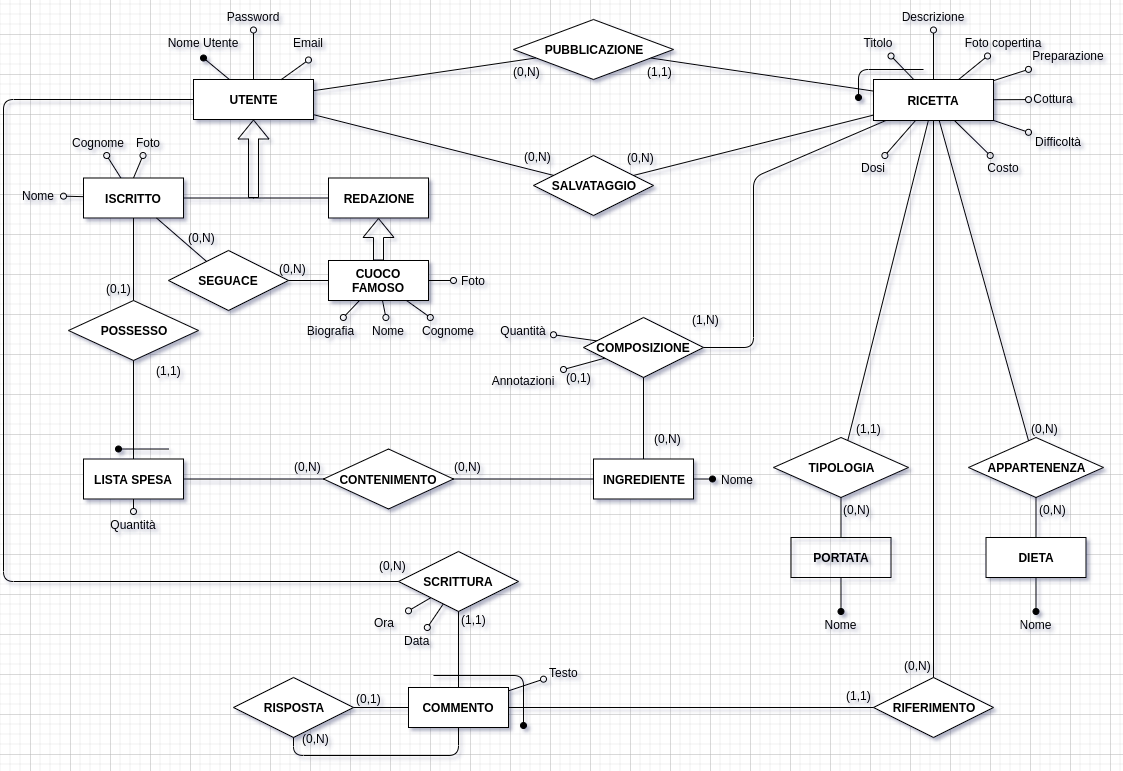
This is progetto/er1.png from m0canu1/database, a draw.io export, as it was before one commit. Source tidied: cells renumbered, new cells last; positions are measured from the earlier drawing's top-left corner, leaving out a move shared by most shapes.
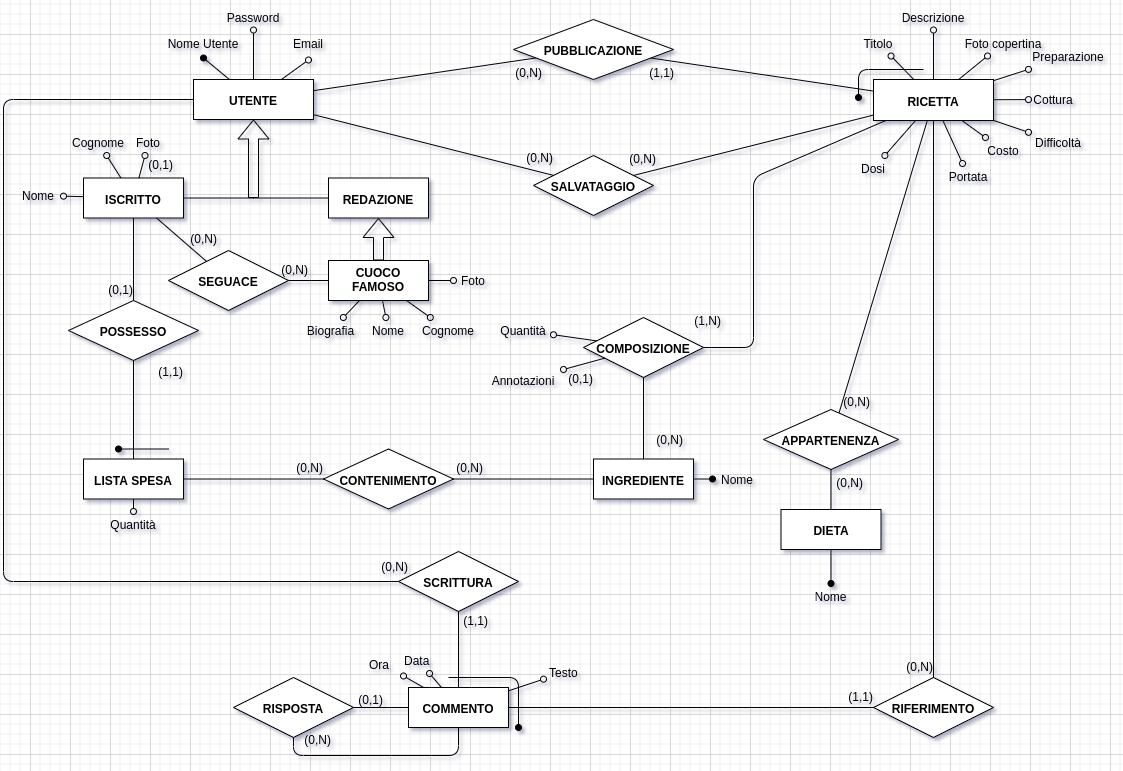
The same file after the commit.

Diff of the diagram source:
```diff
@@ -12,7 +12,7 @@
       <mxGeometry relative="1" as="geometry" />
     </mxCell>
     <mxCell id="5" value="DIETA" style="whiteSpace=wrap;html=1;align=center;rounded=0;shadow=0;glass=0;comic=0;fontStyle=1;" parent="1" vertex="1">
-      <mxGeometry x="982.5" y="534" width="100" height="40" as="geometry" />
+      <mxGeometry x="777.5" y="506" width="100" height="40" as="geometry" />
     </mxCell>
     <mxCell id="6" value="RICETTA" style="whiteSpace=wrap;html=1;align=center;verticalAlign=middle;horizontal=1;fontStyle=1;" parent="1" vertex="1">
       <mxGeometry x="870" y="76" width="120" height="41" as="geometry" />
@@ -72,7 +72,7 @@
       <mxGeometry relative="1" as="geometry" />
     </mxCell>
     <mxCell id="25" value="Costo" style="text;strokeColor=none;fillColor=none;spacingLeft=4;spacingRight=4;overflow=hidden;points=[[0,0.5],[1,0.5]];portConstraint=eastwest;fontSize=12;align=center;verticalAlign=middle;horizontal=1;" parent="1" vertex="1">
-      <mxGeometry x="980" y="152" width="40" height="26" as="geometry" />
+      <mxGeometry x="980" y="134" width="40" height="26" as="geometry" />
     </mxCell>
     <mxCell id="26" style="fontSize=12;html=1;endArrow=oval;endFill=0;align=center;verticalAlign=middle;horizontal=1;" parent="1" edge="1" source="6" target="27">
       <mxGeometry relative="1" as="geometry" />
@@ -108,23 +108,11 @@
       <mxGeometry x="480" y="364" width="80" height="26" as="geometry" />
     </mxCell>
     <mxCell id="37" value="APPARTENENZA" style="shape=rhombus;perimeter=rhombusPerimeter;whiteSpace=wrap;html=1;align=center;rounded=0;shadow=0;glass=0;comic=0;fontSize=12;fontStyle=1;" parent="1" vertex="1">
-      <mxGeometry x="965" y="434" width="135" height="60" as="geometry" />
+      <mxGeometry x="760" y="406" width="135" height="60" as="geometry" />
     </mxCell>
     <mxCell id="38" value="Nome" style="text;strokeColor=none;fillColor=none;spacingLeft=4;spacingRight=4;overflow=hidden;points=[[0,0.5],[1,0.5]];portConstraint=eastwest;fontSize=12;align=center;" parent="1" vertex="1">
-      <mxGeometry x="1012.5" y="608" width="40" height="26" as="geometry" />
+      <mxGeometry x="807.5" y="580" width="40" height="26" as="geometry" />
     </mxCell>
-    <mxCell id="39" style="edgeStyle=none;jettySize=auto;html=1;startArrow=none;startFill=0;endArrow=oval;endFill=1;endSize=6;fontSize=12;align=center;" parent="1" edge="1" source="40" target="42">
-      <mxGeometry relative="1" as="geometry" />
-    </mxCell>
-    <mxCell id="40" value="PORTATA" style="whiteSpace=wrap;html=1;align=center;rounded=0;shadow=0;glass=0;comic=0;strokeColor=#000000;fillColor=none;fontSize=12;fontStyle=1;" parent="1" vertex="1">
-      <mxGeometry x="787.5" y="534" width="100" height="40" as="geometry" />
-    </mxCell>
-    <mxCell id="41" value="&lt;span&gt;TIPOLOGIA&lt;/span&gt;" style="shape=rhombus;perimeter=rhombusPerimeter;whiteSpace=wrap;html=1;align=center;fontStyle=1;" parent="1" vertex="1">
-      <mxGeometry x="770" y="434" width="135" height="60" as="geometry" />
-    </mxCell>
-    <mxCell id="42" value="Nome" style="text;strokeColor=none;fillColor=none;spacingLeft=4;spacingRight=4;overflow=hidden;points=[[0,0.5],[1,0.5]];portConstraint=eastwest;fontSize=12;align=center;" parent="1" vertex="1">
-      <mxGeometry x="812.5" y="608" width="50" height="26" as="geometry" />
-    </mxCell>
     <mxCell id="43" value="CONTENIMENTO" style="shape=rhombus;perimeter=rhombusPerimeter;whiteSpace=wrap;html=1;align=center;fontStyle=1;" parent="1" vertex="1">
       <mxGeometry x="320" y="445.5" width="130" height="60" as="geometry" />
     </mxCell>
@@ -146,10 +134,10 @@
     <mxCell id="48" value="&lt;span&gt;SALVATAGGIO&lt;/span&gt;" style="shape=rhombus;perimeter=rhombusPerimeter;whiteSpace=wrap;html=1;align=center;fontStyle=1;" parent="1" vertex="1">
       <mxGeometry x="530" y="152" width="120" height="60" as="geometry" />
     </mxCell>
-    <mxCell id="49" style="edgeStyle=none;rounded=0;jettySize=auto;html=1;endArrow=oval;endFill=0;" parent="1" edge="1" source="51" target="80">
+    <mxCell id="49" style="edgeStyle=none;rounded=0;jettySize=auto;html=1;endArrow=oval;endFill=0;" parent="1" edge="1" source="54" target="80">
       <mxGeometry relative="1" as="geometry" />
     </mxCell>
-    <mxCell id="50" style="edgeStyle=none;rounded=0;jettySize=auto;html=1;endArrow=oval;endFill=0;" parent="1" edge="1" source="51" target="81">
+    <mxCell id="50" style="edgeStyle=none;rounded=0;jettySize=auto;html=1;endArrow=oval;endFill=0;" parent="1" edge="1" source="54" target="81">
       <mxGeometry relative="1" as="geometry" />
     </mxCell>
     <mxCell id="51" value="SCRITTURA" style="shape=rhombus;perimeter=rhombusPerimeter;whiteSpace=wrap;html=1;align=center;fontStyle=1;" parent="1" vertex="1">
@@ -160,10 +148,10 @@
     </mxCell>
     <mxCell id="53" style="rounded=1;orthogonalLoop=1;jettySize=auto;html=1;endArrow=none;endFill=0;startArrow=oval;startFill=1;" parent="1" edge="1">
       <mxGeometry relative="1" as="geometry">
-        <mxPoint x="520" y="722" as="sourcePoint" />
-        <mxPoint x="430" y="672" as="targetPoint" />
+        <mxPoint x="515" y="724" as="sourcePoint" />
+        <mxPoint x="445" y="674" as="targetPoint" />
         <Array as="points">
-          <mxPoint x="520" y="672" />
+          <mxPoint x="515" y="674" />
         </Array>
       </mxGeometry>
     </mxCell>
@@ -182,9 +170,6 @@
     <mxCell id="58" style="rounded=0;jettySize=auto;html=1;endArrow=oval;endFill=0;" parent="1" edge="1" source="60" target="72">
       <mxGeometry relative="1" as="geometry" />
     </mxCell>
-    <mxCell id="59" style="rounded=0;jettySize=auto;html=1;exitX=0.5;exitY=0;exitDx=0;exitDy=0;endArrow=oval;endFill=0;" parent="1" edge="1" source="60" target="74">
-      <mxGeometry relative="1" as="geometry" />
-    </mxCell>
     <mxCell id="60" value="ISCRITTO" style="whiteSpace=wrap;html=1;align=center;fontStyle=1;" parent="1" vertex="1">
       <mxGeometry x="80" y="174.5" width="100" height="40" as="geometry" />
     </mxCell>
@@ -246,10 +231,10 @@
       <mxGeometry x="540" y="656" width="40" height="26" as="geometry" />
     </mxCell>
     <mxCell id="80" value="Data" style="text;strokeColor=none;fillColor=none;spacingLeft=4;spacingRight=4;overflow=hidden;points=[[0,0.5],[1,0.5]];portConstraint=eastwest;fontSize=12;" parent="1" vertex="1">
-      <mxGeometry x="395" y="624" width="40" height="26" as="geometry" />
+      <mxGeometry x="395" y="644" width="40" height="26" as="geometry" />
     </mxCell>
     <mxCell id="81" value="Ora" style="text;strokeColor=none;fillColor=none;spacingLeft=4;spacingRight=4;overflow=hidden;points=[[0,0.5],[1,0.5]];portConstraint=eastwest;fontSize=12;" parent="1" vertex="1">
-      <mxGeometry x="365" y="606" width="40" height="26" as="geometry" />
+      <mxGeometry x="360" y="648" width="40" height="26" as="geometry" />
     </mxCell>
     <mxCell id="82" style="endArrow=none;html=1;rounded=0;" parent="1" edge="1" source="3" target="17">
       <mxGeometry relative="1" as="geometry" />
@@ -360,22 +345,6 @@
         <mxPoint x="31.9" y="-13" as="offset" />
       </mxGeometry>
     </mxCell>
-    <mxCell id="108" style="endArrow=none;html=1;rounded=0;" parent="1" edge="1" source="6" target="41">
-      <mxGeometry relative="1" as="geometry" />
-    </mxCell>
-    <mxCell id="109" value="(1,1)" style="html=1;align=right;verticalAlign=middle;" parent="108" vertex="1">
-      <mxGeometry x="1" relative="1" as="geometry">
-        <mxPoint x="35.7" y="-13" as="offset" />
-      </mxGeometry>
-    </mxCell>
-    <mxCell id="110" style="endArrow=none;html=1;rounded=0;" parent="1" edge="1" source="40" target="41">
-      <mxGeometry relative="1" as="geometry" />
-    </mxCell>
-    <mxCell id="111" value="(0,N)" style="html=1;align=right;verticalAlign=middle;" parent="110" vertex="1">
-      <mxGeometry x="1" relative="1" as="geometry">
-        <mxPoint x="31.7" y="11.5" as="offset" />
-      </mxGeometry>
-    </mxCell>
     <mxCell id="112" style="endArrow=none;html=1;rounded=0;" parent="1" edge="1" source="6" target="17">
       <mxGeometry relative="1" as="geometry" />
     </mxCell>
@@ -465,5 +434,19 @@
     <mxCell id="130" value="Quantità" style="text;strokeColor=none;fillColor=none;spacingLeft=4;spacingRight=4;overflow=hidden;points=[[0,0.5],[1,0.5]];portConstraint=eastwest;fontSize=12;align=center;" parent="1" vertex="1">
       <mxGeometry x="100" y="508" width="60" height="26" as="geometry" />
     </mxCell>
+    <mxCell id="131" style="fontSize=12;html=1;endArrow=oval;endFill=0;align=center;verticalAlign=middle;horizontal=1;" parent="1" edge="1" source="6" target="132">
+      <mxGeometry relative="1" as="geometry" />
+    </mxCell>
+    <mxCell id="132" value="Portata" style="text;strokeColor=none;fillColor=none;spacingLeft=4;spacingRight=4;overflow=hidden;points=[[0,0.5],[1,0.5]];portConstraint=eastwest;fontSize=12;align=center;" parent="1" vertex="1">
+      <mxGeometry x="940" y="160" width="50" height="26" as="geometry" />
+    </mxCell>
+    <mxCell id="59" style="endArrow=oval;html=1;rounded=0;endFill=0;" parent="1" edge="1" source="60" target="74">
+      <mxGeometry relative="1" as="geometry" />
+    </mxCell>
+    <mxCell id="133" value="(0,1)" style="html=1;align=right;verticalAlign=middle;" parent="59" vertex="1">
+      <mxGeometry x="1" relative="1" as="geometry">
+        <mxPoint x="28.6" y="7.7" as="offset" />
+      </mxGeometry>
+    </mxCell>
   </root>
 </mxGraphModel>
```
